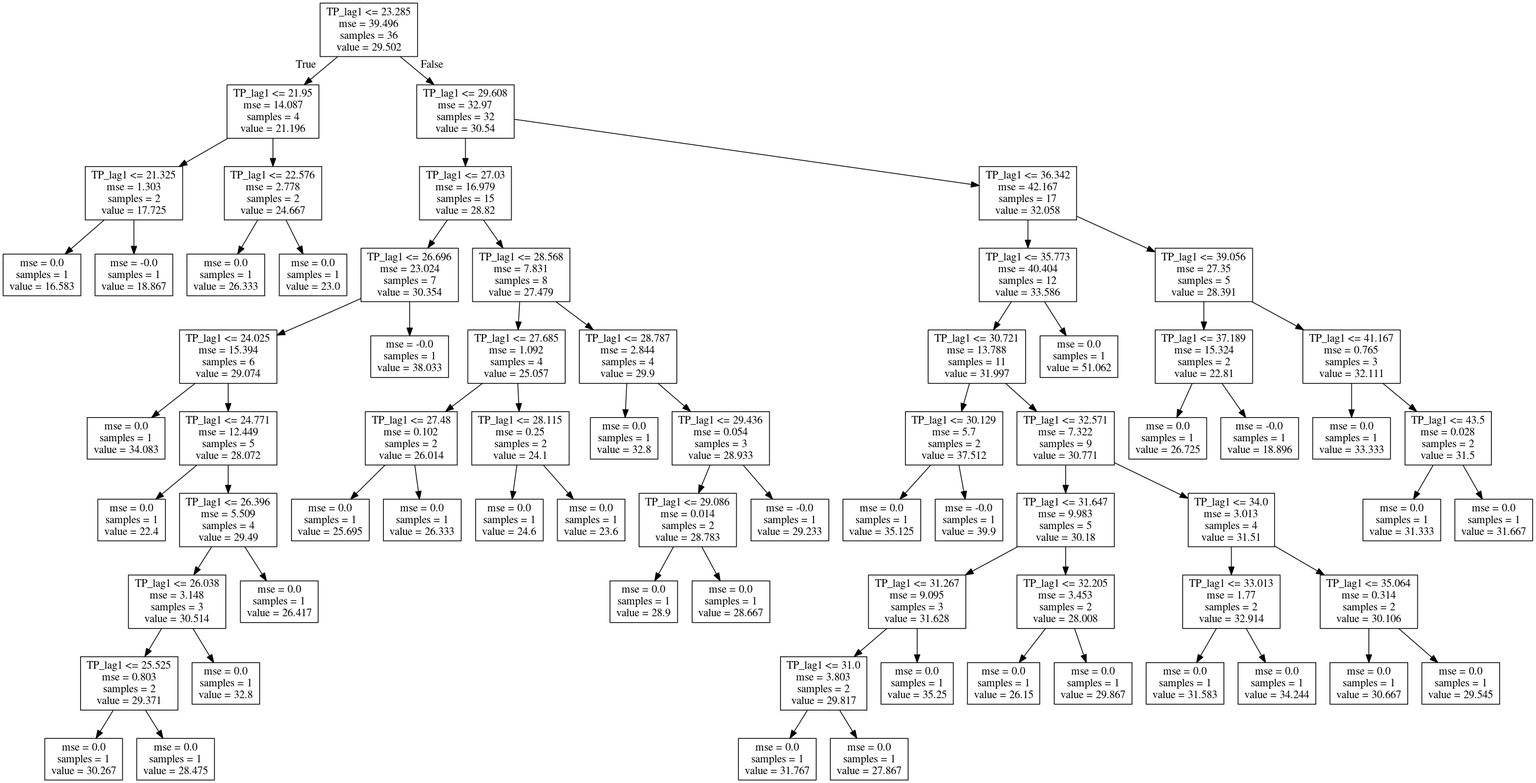
Before: Norway_Morsa/Model_Development/Figures/Discretization_regTrees/aut_TP-TP_lag1.png, a diagram exported from Graphviz (icra/WATExR). Its source is kept beside it as Norway_Morsa/Model_Development/Figures/Discretization_regTrees/aut_TP-TP_lag1.dot.
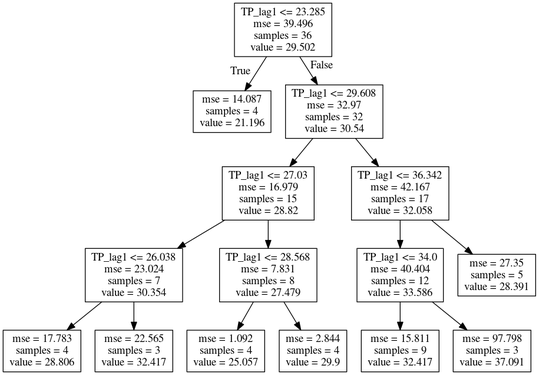
Above is the later version.

Change to the diagram source:
```diff
@@ -1,144 +1,32 @@
 digraph Tree {
 node [shape=box] ;
 0 [label="TP_lag1 <= 23.285\nmse = 39.496\nsamples = 36\nvalue = 29.502"] ;
-1 [label="TP_lag1 <= 21.95\nmse = 14.087\nsamples = 4\nvalue = 21.196"] ;
+1 [label="mse = 14.087\nsamples = 4\nvalue = 21.196"] ;
 0 -> 1 [labeldistance=2.5, labelangle=45, headlabel="True"] ;
-2 [label="TP_lag1 <= 21.325\nmse = 1.303\nsamples = 2\nvalue = 17.725"] ;
-1 -> 2 ;
-3 [label="mse = 0.0\nsamples = 1\nvalue = 16.583"] ;
+2 [label="TP_lag1 <= 29.608\nmse = 32.97\nsamples = 32\nvalue = 30.54"] ;
+0 -> 2 [labeldistance=2.5, labelangle=-45, headlabel="False"] ;
+3 [label="TP_lag1 <= 27.03\nmse = 16.979\nsamples = 15\nvalue = 28.82"] ;
 2 -> 3 ;
-4 [label="mse = -0.0\nsamples = 1\nvalue = 18.867"] ;
+9 [label="TP_lag1 <= 26.038\nmse = 23.024\nsamples = 7\nvalue = 30.354"] ;
+3 -> 9 ;
+13 [label="mse = 17.783\nsamples = 4\nvalue = 28.806"] ;
+9 -> 13 ;
+14 [label="mse = 22.565\nsamples = 3\nvalue = 32.417"] ;
+9 -> 14 ;
+10 [label="TP_lag1 <= 28.568\nmse = 7.831\nsamples = 8\nvalue = 27.479"] ;
+3 -> 10 ;
+11 [label="mse = 1.092\nsamples = 4\nvalue = 25.057"] ;
+10 -> 11 ;
+12 [label="mse = 2.844\nsamples = 4\nvalue = 29.9"] ;
+10 -> 12 ;
+4 [label="TP_lag1 <= 36.342\nmse = 42.167\nsamples = 17\nvalue = 32.058"] ;
 2 -> 4 ;
-5 [label="TP_lag1 <= 22.576\nmse = 2.778\nsamples = 2\nvalue = 24.667"] ;
-1 -> 5 ;
-6 [label="mse = 0.0\nsamples = 1\nvalue = 26.333"] ;
-5 -> 6 ;
-7 [label="mse = 0.0\nsamples = 1\nvalue = 23.0"] ;
+5 [label="TP_lag1 <= 34.0\nmse = 40.404\nsamples = 12\nvalue = 33.586"] ;
+4 -> 5 ;
+7 [label="mse = 15.811\nsamples = 9\nvalue = 32.417"] ;
 5 -> 7 ;
-8 [label="TP_lag1 <= 29.608\nmse = 32.97\nsamples = 32\nvalue = 30.54"] ;
-0 -> 8 [labeldistance=2.5, labelangle=-45, headlabel="False"] ;
-9 [label="TP_lag1 <= 27.03\nmse = 16.979\nsamples = 15\nvalue = 28.82"] ;
-8 -> 9 ;
-10 [label="TP_lag1 <= 26.696\nmse = 23.024\nsamples = 7\nvalue = 30.354"] ;
-9 -> 10 ;
-11 [label="TP_lag1 <= 24.025\nmse = 15.394\nsamples = 6\nvalue = 29.074"] ;
-10 -> 11 ;
-12 [label="mse = 0.0\nsamples = 1\nvalue = 34.083"] ;
-11 -> 12 ;
-13 [label="TP_lag1 <= 24.771\nmse = 12.449\nsamples = 5\nvalue = 28.072"] ;
-11 -> 13 ;
-14 [label="mse = 0.0\nsamples = 1\nvalue = 22.4"] ;
-13 -> 14 ;
-15 [label="TP_lag1 <= 26.396\nmse = 5.509\nsamples = 4\nvalue = 29.49"] ;
-13 -> 15 ;
-16 [label="TP_lag1 <= 26.038\nmse = 3.148\nsamples = 3\nvalue = 30.514"] ;
-15 -> 16 ;
-17 [label="TP_lag1 <= 25.525\nmse = 0.803\nsamples = 2\nvalue = 29.371"] ;
-16 -> 17 ;
-18 [label="mse = 0.0\nsamples = 1\nvalue = 30.267"] ;
-17 -> 18 ;
-19 [label="mse = 0.0\nsamples = 1\nvalue = 28.475"] ;
-17 -> 19 ;
-20 [label="mse = 0.0\nsamples = 1\nvalue = 32.8"] ;
-16 -> 20 ;
-21 [label="mse = 0.0\nsamples = 1\nvalue = 26.417"] ;
-15 -> 21 ;
-22 [label="mse = -0.0\nsamples = 1\nvalue = 38.033"] ;
-10 -> 22 ;
-23 [label="TP_lag1 <= 28.568\nmse = 7.831\nsamples = 8\nvalue = 27.479"] ;
-9 -> 23 ;
-24 [label="TP_lag1 <= 27.685\nmse = 1.092\nsamples = 4\nvalue = 25.057"] ;
-23 -> 24 ;
-25 [label="TP_lag1 <= 27.48\nmse = 0.102\nsamples = 2\nvalue = 26.014"] ;
-24 -> 25 ;
-26 [label="mse = 0.0\nsamples = 1\nvalue = 25.695"] ;
-25 -> 26 ;
-27 [label="mse = 0.0\nsamples = 1\nvalue = 26.333"] ;
-25 -> 27 ;
-28 [label="TP_lag1 <= 28.115\nmse = 0.25\nsamples = 2\nvalue = 24.1"] ;
-24 -> 28 ;
-29 [label="mse = 0.0\nsamples = 1\nvalue = 24.6"] ;
-28 -> 29 ;
-30 [label="mse = 0.0\nsamples = 1\nvalue = 23.6"] ;
-28 -> 30 ;
-31 [label="TP_lag1 <= 28.787\nmse = 2.844\nsamples = 4\nvalue = 29.9"] ;
-23 -> 31 ;
-32 [label="mse = 0.0\nsamples = 1\nvalue = 32.8"] ;
-31 -> 32 ;
-33 [label="TP_lag1 <= 29.436\nmse = 0.054\nsamples = 3\nvalue = 28.933"] ;
-31 -> 33 ;
-34 [label="TP_lag1 <= 29.086\nmse = 0.014\nsamples = 2\nvalue = 28.783"] ;
-33 -> 34 ;
-35 [label="mse = 0.0\nsamples = 1\nvalue = 28.9"] ;
-34 -> 35 ;
-36 [label="mse = 0.0\nsamples = 1\nvalue = 28.667"] ;
-34 -> 36 ;
-37 [label="mse = -0.0\nsamples = 1\nvalue = 29.233"] ;
-33 -> 37 ;
-38 [label="TP_lag1 <= 36.342\nmse = 42.167\nsamples = 17\nvalue = 32.058"] ;
-8 -> 38 ;
-39 [label="TP_lag1 <= 35.773\nmse = 40.404\nsamples = 12\nvalue = 33.586"] ;
-38 -> 39 ;
-40 [label="TP_lag1 <= 30.721\nmse = 13.788\nsamples = 11\nvalue = 31.997"] ;
-39 -> 40 ;
-41 [label="TP_lag1 <= 30.129\nmse = 5.7\nsamples = 2\nvalue = 37.512"] ;
-40 -> 41 ;
-42 [label="mse = 0.0\nsamples = 1\nvalue = 35.125"] ;
-41 -> 42 ;
-43 [label="mse = -0.0\nsamples = 1\nvalue = 39.9"] ;
-41 -> 43 ;
-44 [label="TP_lag1 <= 32.571\nmse = 7.322\nsamples = 9\nvalue = 30.771"] ;
-40 -> 44 ;
-45 [label="TP_lag1 <= 31.647\nmse = 9.983\nsamples = 5\nvalue = 30.18"] ;
-44 -> 45 ;
-46 [label="TP_lag1 <= 31.267\nmse = 9.095\nsamples = 3\nvalue = 31.628"] ;
-45 -> 46 ;
-47 [label="TP_lag1 <= 31.0\nmse = 3.803\nsamples = 2\nvalue = 29.817"] ;
-46 -> 47 ;
-48 [label="mse = 0.0\nsamples = 1\nvalue = 31.767"] ;
-47 -> 48 ;
-49 [label="mse = 0.0\nsamples = 1\nvalue = 27.867"] ;
-47 -> 49 ;
-50 [label="mse = 0.0\nsamples = 1\nvalue = 35.25"] ;
-46 -> 50 ;
-51 [label="TP_lag1 <= 32.205\nmse = 3.453\nsamples = 2\nvalue = 28.008"] ;
-45 -> 51 ;
-52 [label="mse = 0.0\nsamples = 1\nvalue = 26.15"] ;
-51 -> 52 ;
-53 [label="mse = 0.0\nsamples = 1\nvalue = 29.867"] ;
-51 -> 53 ;
-54 [label="TP_lag1 <= 34.0\nmse = 3.013\nsamples = 4\nvalue = 31.51"] ;
-44 -> 54 ;
-55 [label="TP_lag1 <= 33.013\nmse = 1.77\nsamples = 2\nvalue = 32.914"] ;
-54 -> 55 ;
-56 [label="mse = 0.0\nsamples = 1\nvalue = 31.583"] ;
-55 -> 56 ;
-57 [label="mse = 0.0\nsamples = 1\nvalue = 34.244"] ;
-55 -> 57 ;
-58 [label="TP_lag1 <= 35.064\nmse = 0.314\nsamples = 2\nvalue = 30.106"] ;
-54 -> 58 ;
-59 [label="mse = 0.0\nsamples = 1\nvalue = 30.667"] ;
-58 -> 59 ;
-60 [label="mse = 0.0\nsamples = 1\nvalue = 29.545"] ;
-58 -> 60 ;
-61 [label="mse = 0.0\nsamples = 1\nvalue = 51.062"] ;
-39 -> 61 ;
-62 [label="TP_lag1 <= 39.056\nmse = 27.35\nsamples = 5\nvalue = 28.391"] ;
-38 -> 62 ;
-63 [label="TP_lag1 <= 37.189\nmse = 15.324\nsamples = 2\nvalue = 22.81"] ;
-62 -> 63 ;
-64 [label="mse = 0.0\nsamples = 1\nvalue = 26.725"] ;
-63 -> 64 ;
-65 [label="mse = -0.0\nsamples = 1\nvalue = 18.896"] ;
-63 -> 65 ;
-66 [label="TP_lag1 <= 41.167\nmse = 0.765\nsamples = 3\nvalue = 32.111"] ;
-62 -> 66 ;
-67 [label="mse = 0.0\nsamples = 1\nvalue = 33.333"] ;
-66 -> 67 ;
-68 [label="TP_lag1 <= 43.5\nmse = 0.028\nsamples = 2\nvalue = 31.5"] ;
-66 -> 68 ;
-69 [label="mse = 0.0\nsamples = 1\nvalue = 31.333"] ;
-68 -> 69 ;
-70 [label="mse = 0.0\nsamples = 1\nvalue = 31.667"] ;
-68 -> 70 ;
+8 [label="mse = 97.798\nsamples = 3\nvalue = 37.091"] ;
+5 -> 8 ;
+6 [label="mse = 27.35\nsamples = 5\nvalue = 28.391"] ;
+4 -> 6 ;
 }
```
